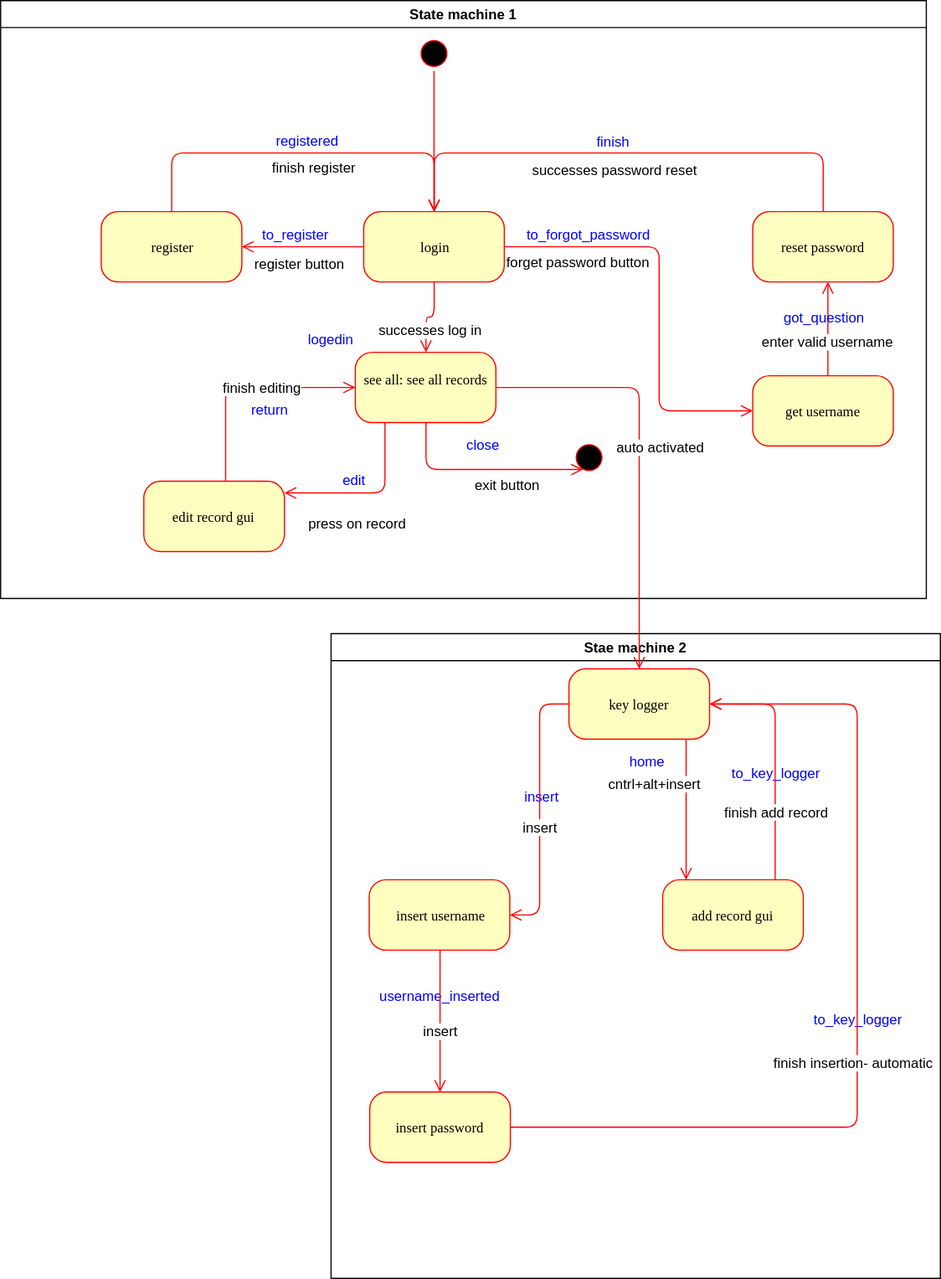
This is Documents/client state machine.svg from adibl/password_saver, a draw.io export, as it was before one commit. Source tidied: cells renumbered, new cells last; positions are measured from the earlier drawing's top-left corner, leaving out a move shared by most shapes.
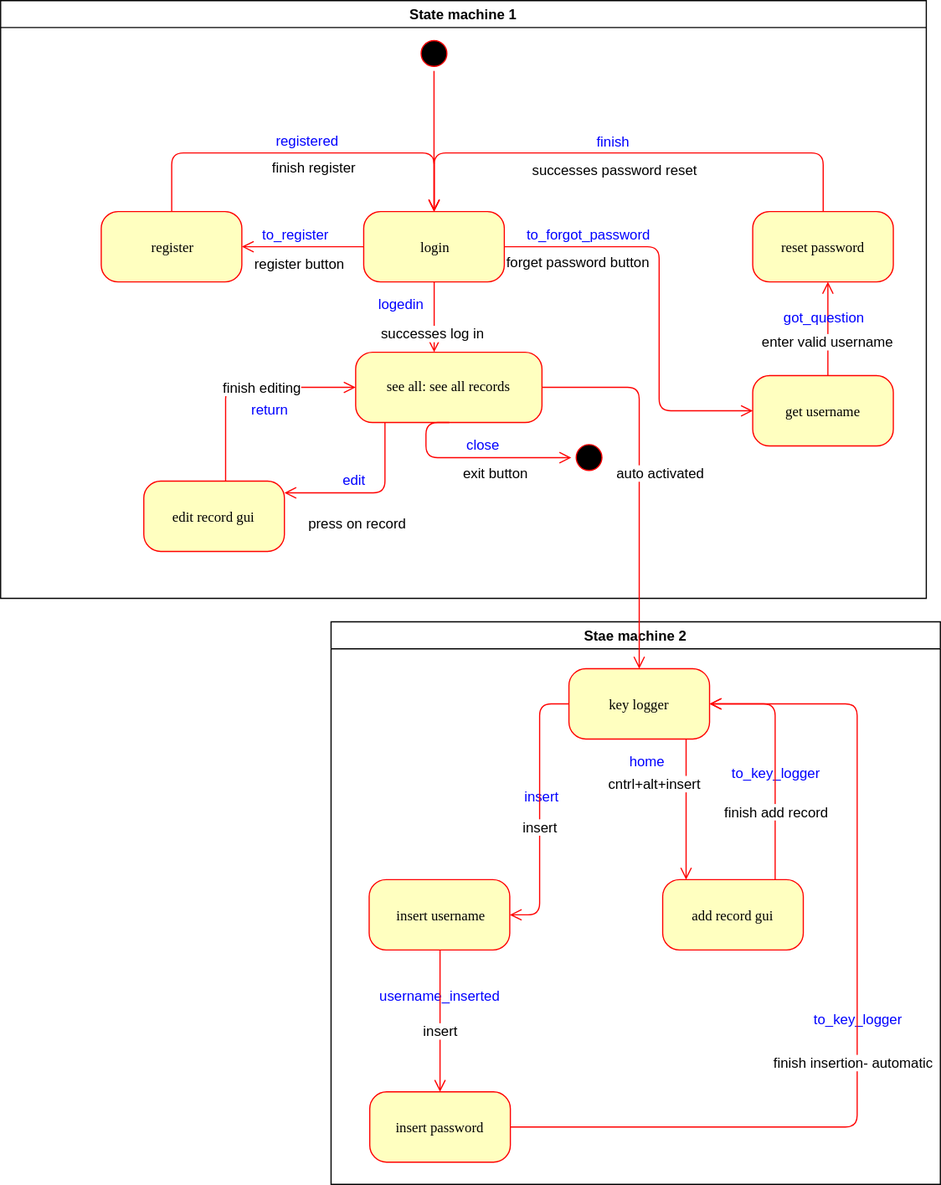
After the commit.

Commit message:
client sm cosmetic changes

What changed in the source:
```diff
@@ -29,9 +29,6 @@
     <mxCell id="10" value="to_forgot_password" style="text;strokeColor=none;fillColor=none;align=center;verticalAlign=middle;rounded=0;fontColor=#0000FF;" parent="1" vertex="1">
       <mxGeometry x="442" y="190" width="120" height="20" as="geometry" />
     </mxCell>
-    <mxCell id="11" value="logedin" style="text;strokeColor=none;fillColor=none;align=center;verticalAlign=middle;rounded=0;fontColor=#0000FF;" parent="1" vertex="1">
-      <mxGeometry x="262" y="280" width="40" height="20" as="geometry" />
-    </mxCell>
     <mxCell id="12" value="edit" style="text;strokeColor=none;fillColor=none;align=center;verticalAlign=middle;rounded=0;fontColor=#0000FF;" parent="1" vertex="1">
       <mxGeometry x="282" y="400" width="40" height="20" as="geometry" />
     </mxCell>
@@ -39,7 +36,7 @@
       <mxGeometry x="442" y="670" width="40" height="20" as="geometry" />
     </mxCell>
     <mxCell id="14" value="Stae machine 2" style="swimlane;html=0;" parent="1" vertex="1">
-      <mxGeometry x="282" y="540" width="520" height="550" as="geometry" />
+      <mxGeometry x="282" y="530" width="520" height="480" as="geometry" />
     </mxCell>
     <mxCell id="15" value="State machine 1" style="swimlane;html=0;" parent="1" vertex="1">
       <mxGeometry width="790" height="510" as="geometry" />
@@ -61,6 +58,9 @@
     <mxCell id="19" value="got_question" style="text;html=1;strokeColor=none;fillColor=none;align=center;verticalAlign=middle;whiteSpace=wrap;rounded=0;fontColor=#0000FF;" parent="15" vertex="1">
       <mxGeometry x="682" y="260" width="40" height="20" as="geometry" />
     </mxCell>
+    <mxCell id="11" value="logedin" style="text;strokeColor=none;fillColor=none;align=center;verticalAlign=middle;rounded=0;fontColor=#0000FF;" parent="15" vertex="1">
+      <mxGeometry x="322" y="250" width="40" height="20" as="geometry" />
+    </mxCell>
     <mxCell id="20" parent="0" />
     <mxCell id="21" value="v" style="ellipse;html=1;shape=startState;fillColor=#000000;strokeColor=#ff0000;rounded=1;shadow=0;comic=0;labelBackgroundColor=none;fontFamily=Verdana;fontSize=12;fontColor=#000000;align=center;direction=south;" parent="20" vertex="1">
       <mxGeometry x="354.9" y="30" width="30" height="30" as="geometry" />
@@ -77,13 +77,13 @@
     <mxCell id="25" value="register" style="rounded=1;whiteSpace=wrap;html=1;arcSize=24;fillColor=#ffffc0;strokeColor=#ff0000;shadow=0;comic=0;labelBackgroundColor=none;fontFamily=Verdana;fontSize=12;fontColor=#000000;align=center;" parent="20" vertex="1">
       <mxGeometry x="85.9" y="180" width="120" height="60" as="geometry" />
     </mxCell>
-    <mxCell id="26" value="see all: see all records" style="rounded=1;whiteSpace=wrap;html=1;arcSize=24;fillColor=#ffffc0;strokeColor=#ff0000;shadow=0;comic=0;labelBackgroundColor=none;fontFamily=Verdana;fontSize=12;fontColor=#000000;align=center;" parent="20" vertex="1">
-      <mxGeometry x="302.7" y="300" width="120" height="60" as="geometry" />
+    <mxCell id="26" value="see all: see all records" style="rounded=1;arcSize=24;fillColor=#ffffc0;strokeColor=#ff0000;shadow=0;comic=0;labelBackgroundColor=none;fontFamily=Verdana;fontSize=12;fontColor=#000000;align=center;" parent="20" vertex="1">
+      <mxGeometry x="303" y="300" width="159" height="60" as="geometry" />
     </mxCell>
     <mxCell id="27" style="edgeStyle=orthogonalEdgeStyle;html=1;labelBackgroundColor=none;endArrow=open;endSize=8;strokeColor=#ff0000;fontFamily=Verdana;fontSize=12;align=left;" parent="20" edge="1" source="21" target="22">
       <mxGeometry relative="1" as="geometry" />
     </mxCell>
-    <mxCell id="28" style="edgeStyle=orthogonalEdgeStyle;html=1;labelBackgroundColor=none;endArrow=open;endSize=8;strokeColor=#ff0000;fontFamily=Verdana;fontSize=12;align=left;exitX=0.5;exitY=1;exitDx=0;exitDy=0;" parent="20" edge="1" source="22" target="26">
+    <mxCell id="28" style="edgeStyle=orthogonalEdgeStyle;html=1;labelBackgroundColor=none;endArrow=open;endSize=8;strokeColor=#ff0000;fontFamily=Verdana;fontSize=12;align=left;entryX=0.421;entryY=0;entryDx=0;entryDy=0;entryPerimeter=0;" parent="20" edge="1" source="22" target="26">
       <mxGeometry relative="1" as="geometry" />
     </mxCell>
     <mxCell id="29" value="successes log in" style="text;html=1;align=center;verticalAlign=top;labelBackgroundColor=#ffffff;" parent="28" vertex="1">
@@ -227,11 +227,10 @@
         <mxPoint x="-11" y="14" as="offset" />
       </mxGeometry>
     </mxCell>
-    <mxCell id="60" style="edgeStyle=orthogonalEdgeStyle;html=1;labelBackgroundColor=none;endArrow=open;endSize=8;strokeColor=#ff0000;fontFamily=Verdana;fontSize=12;align=left;exitX=0.5;exitY=1;exitDx=0;exitDy=0;" parent="20" edge="1" source="26">
+    <mxCell id="60" style="edgeStyle=orthogonalEdgeStyle;html=1;labelBackgroundColor=none;endArrow=open;endSize=8;strokeColor=#ff0000;fontFamily=Verdana;fontSize=12;align=left;exitX=0.5;exitY=1;exitDx=0;exitDy=0;entryX=0.5;entryY=1;entryDx=0;entryDy=0;" parent="20" edge="1" source="26" target="46">
       <mxGeometry relative="1" as="geometry">
-        <mxPoint x="497.2" y="400" as="targetPoint" />
         <Array as="points">
-          <mxPoint x="363" y="400" />
+          <mxPoint x="363" y="390" />
         </Array>
       </mxGeometry>
     </mxCell>
```
